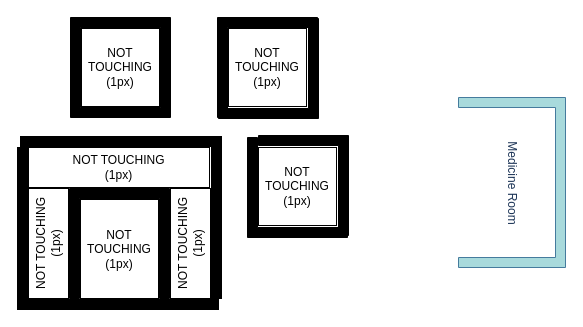
Before: simulator/resources/map/room.drawio in lesunb/HMRSsim, a draw.io diagram. Source tidied: cells renumbered, new cells numbered last; positions are measured from the earlier drawing's top-left corner, leaving out a move shared by most shapes. Both pictures are drawn from the tidied source at 100%, with x=0, y=0 at pixel (17, 17).
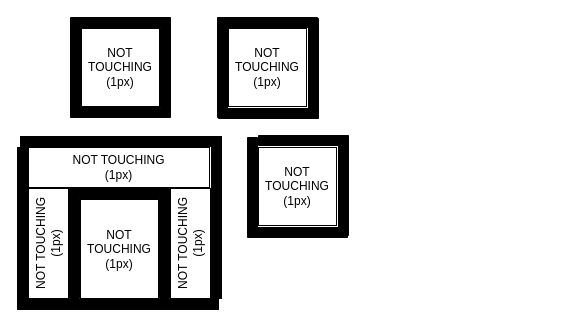
After the change.

Diff of the diagram source:
```diff
@@
 <mxGraphModel>
   <root>
     <mxCell id="0" />
     <mxCell id="1" parent="0" />
     <mxCell id="2" style="verticalLabelPosition=bottom;html=1;verticalAlign=top;align=center;shape=mxgraph.floorplan.wallU;fillColor=#000000;" parent="1" vertex="1">
       <mxGeometry x="52" y="171" width="100" height="110" as="geometry" />
     </mxCell>
     <mxCell id="3" value="NOT TOUCHING&lt;br&gt;(1px)" style="rounded=0;whiteSpace=wrap;html=1;" parent="1" vertex="1">
       <mxGeometry x="63" y="182" width="78" height="99" as="geometry" />
     </mxCell>
     <mxCell id="4" value="NOT TOUCHING&lt;br&gt;(1px)" style="rounded=0;whiteSpace=wrap;html=1;textDirection=ltr;verticalAlign=middle;horizontal=0;" parent="1" vertex="1">
       <mxGeometry x="11" y="171" width="40" height="110" as="geometry" />
     </mxCell>
     <mxCell id="5" value="NOT TOUCHING&lt;br&gt;(1px)" style="rounded=0;whiteSpace=wrap;html=1;textDirection=ltr;verticalAlign=middle;horizontal=0;" parent="1" vertex="1">
       <mxGeometry x="153" y="171" width="40" height="110" as="geometry" />
     </mxCell>
     <mxCell id="6" value="NOT TOUCHING&lt;br&gt;(1px)" style="rounded=0;whiteSpace=wrap;html=1;" parent="1" vertex="1">
       <mxGeometry x="11" y="130" width="181" height="40" as="geometry" />
     </mxCell>
     <mxCell id="7" style="verticalLabelPosition=bottom;html=1;verticalAlign=top;align=center;shape=mxgraph.floorplan.room;fillColor=#000000;" parent="1" vertex="1">
       <mxGeometry x="53" width="100" height="100" as="geometry" />
     </mxCell>
     <mxCell id="8" value="NOT TOUCHING&lt;br&gt;(1px)" style="rounded=0;whiteSpace=wrap;html=1;" parent="1" vertex="1">
       <mxGeometry x="64" y="11" width="78" height="78" as="geometry" />
     </mxCell>
     <mxCell id="9" style="verticalLabelPosition=bottom;html=1;verticalAlign=top;align=center;shape=mxgraph.floorplan.wall;fillColor=#000000;direction=south;" parent="1" vertex="1">
       <mxGeometry x="194" y="130" width="10" height="151" as="geometry" />
     </mxCell>
     <mxCell id="10" style="verticalLabelPosition=bottom;html=1;verticalAlign=top;align=center;shape=mxgraph.floorplan.wall;fillColor=#000000;direction=south;" parent="1" vertex="1">
       <mxGeometry y="130" width="10" height="151" as="geometry" />
     </mxCell>
     <mxCell id="11" style="verticalLabelPosition=bottom;html=1;verticalAlign=top;align=center;shape=mxgraph.floorplan.wall;fillColor=#000000;" parent="1" vertex="1">
       <mxGeometry y="282" width="201" height="10" as="geometry" />
     </mxCell>
     <mxCell id="12" style="verticalLabelPosition=bottom;html=1;verticalAlign=top;align=center;shape=mxgraph.floorplan.wall;fillColor=#000000;" parent="1" vertex="1">
       <mxGeometry x="3" y="119" width="201" height="10" as="geometry" />
     </mxCell>
     <mxCell id="13" value="NOT TOUCHING&lt;br&gt;(1px)" style="rounded=0;whiteSpace=wrap;html=1;" parent="1" vertex="1">
       <mxGeometry x="211" y="11" width="78" height="78" as="geometry" />
     </mxCell>
     <mxCell id="14" style="verticalLabelPosition=bottom;html=1;verticalAlign=top;align=center;shape=mxgraph.floorplan.wallCorner;fillColor=#000000;direction=east;" parent="1" vertex="1">
       <mxGeometry x="200" width="100" height="100" as="geometry" />
     </mxCell>
     <mxCell id="15" value="NOT TOUCHING&lt;br&gt;(1px)" style="rounded=0;whiteSpace=wrap;html=1;" parent="1" vertex="1">
       <mxGeometry x="241" y="130" width="78" height="78" as="geometry" />
     </mxCell>
     <mxCell id="16" style="verticalLabelPosition=bottom;html=1;verticalAlign=top;align=center;shape=mxgraph.floorplan.wallCorner;fillColor=#000000;direction=south;" parent="1" vertex="1">
       <mxGeometry x="241" y="118" width="90" height="100" as="geometry" />
     </mxCell>
     <mxCell id="17" style="verticalLabelPosition=bottom;html=1;verticalAlign=top;align=center;shape=mxgraph.floorplan.wallCorner;fillColor=#000000;direction=west;" parent="1" vertex="1">
       <mxGeometry x="201" y="1" width="100" height="100" as="geometry" />
     </mxCell>
     <mxCell id="18" style="verticalLabelPosition=bottom;html=1;verticalAlign=top;align=center;shape=mxgraph.floorplan.wallCorner;fillColor=#000000;direction=north;" parent="1" vertex="1">
       <mxGeometry x="230" y="120" width="100" height="100" as="geometry" />
     </mxCell>
-    <mxCell id="19" value="Medicine Room" style="verticalLabelPosition=middle;html=1;verticalAlign=middle;align=center;shape=mxgraph.floorplan.wallU;fillColor=#A8DADC;rotation=90;labelPosition=center;strokeColor=#457B9D;fontColor=#1D3557;" parent="1" vertex="1">
-      <mxGeometry x="409.5" y="111.5" width="170" height="107" as="geometry" />
-    </mxCell>
   </root>
 </mxGraphModel>
```
